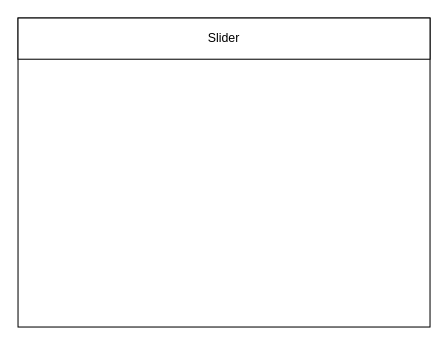
Earlier version of the draw.io diagram page "Page-1" (1 of 3) of design/story-board.drawio (ashley-monaghan/ICS2OR-Unit-5-01). Source tidied: cells renumbered, new cells numbered last; positions are measured from the earlier drawing's top-left corner, leaving out a move shared by most shapes. Both pictures are drawn from the tidied source at 103%, with x=0, y=0 at pixel (18, 18).
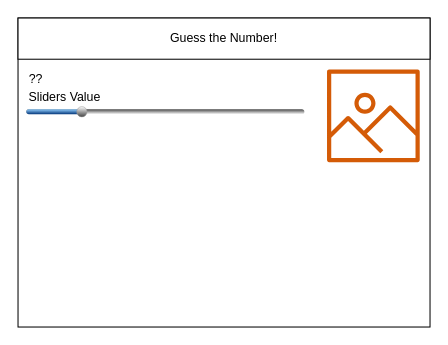
After the change.

The edit, as a diff of the source:
```diff
@@
 <mxGraphModel>
   <root>
     <mxCell id="0" />
     <mxCell id="1" parent="0" />
     <mxCell id="2" style="rounded=0;whiteSpace=wrap;html=1;" parent="1" vertex="1">
       <mxGeometry width="400" height="300" as="geometry" />
     </mxCell>
-    <mxCell id="3" value="Slider" style="rounded=0;whiteSpace=wrap;html=1;" parent="1" vertex="1">
+    <mxCell id="3" value="Guess the Number!" style="rounded=0;whiteSpace=wrap;html=1;" parent="1" vertex="1">
       <mxGeometry width="400" height="40" as="geometry" />
     </mxCell>
+    <mxCell id="4" style="sketch=0;fontColor=#232F3E;gradientColor=none;fillColor=#D45B07;strokeColor=none;dashed=0;verticalLabelPosition=bottom;verticalAlign=top;align=center;html=1;fontSize=12;fontStyle=0;shape=mxgraph.aws4.container_registry_image;" parent="1" vertex="1">
+      <mxGeometry x="300" y="50" width="90" height="90" as="geometry" />
+    </mxCell>
+    <mxCell id="5" style="verticalLabelPosition=bottom;verticalAlign=top;html=1;shadow=0;dashed=0;strokeWidth=1;shape=mxgraph.ios.iSlider;barPos=20;" parent="1" vertex="1">
+      <mxGeometry x="8" y="86" width="270" height="10" as="geometry" />
+    </mxCell>
+    <mxCell id="6" value="Sliders Value" style="text;html=1;align=center;verticalAlign=middle;strokeColor=none;fillColor=none;" parent="1" vertex="1">
+      <mxGeometry y="67" width="90" height="20" as="geometry" />
+    </mxCell>
+    <mxCell id="7" value="??" style="text;html=1;align=center;verticalAlign=middle;strokeColor=none;fillColor=none;" parent="1" vertex="1">
+      <mxGeometry x="2" y="50" width="30" height="20" as="geometry" />
+    </mxCell>
   </root>
 </mxGraphModel>
```
